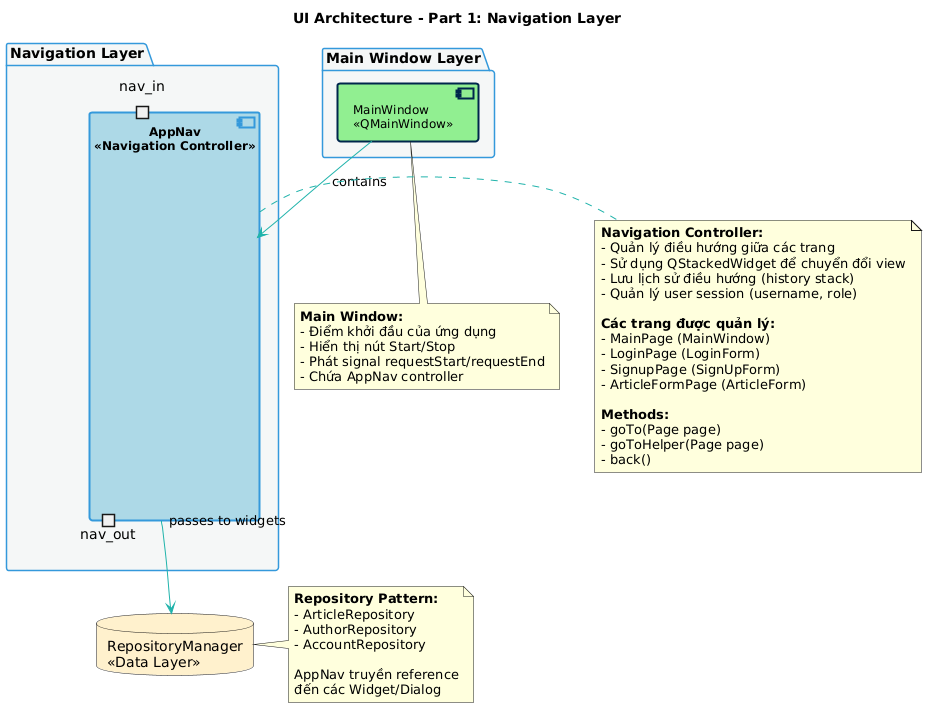
Earlier version of the PlantUML export docs/part1_ui.png (DamPhuQuy/Scientific-Article-Management).
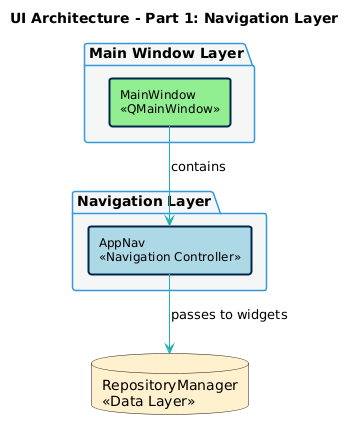
The same file after the commit.

The edit, as a diff of the source:
```diff
@@ -2,12 +2,14 @@
 !define COMPONENT_BG_COLOR #E8F4F8
 !define WIDGET_BG_COLOR #E0F2E9
 
+skinparam componentStyle rectangle
 skinparam component {
     BackgroundColor COMPONENT_BG_COLOR
     BorderColor #00264d
     BorderThickness 2
     ArrowColor #20B2AA
     FontSize 12
+    Padding 4
 }
 
 skinparam package {
@@ -19,10 +21,9 @@
 title UI Architecture - Part 1: Navigation Layer
 
 package "Navigation Layer" {
-    component AppNav as "AppNav\n<<Navigation Controller>>" #LightBlue {
-        portin nav_in
-        portout nav_out
-    }
+
+    component AppNav as "AppNav\n<<Navigation Controller>>" #LightBlue
+
 }
 
 package "Main Window Layer" {
@@ -33,41 +34,4 @@
 
 MainWindow --> AppNav : "contains"
 AppNav --> RepoManager : "passes to widgets"
-
-note right of AppNav
-  **Navigation Controller:**
-  - Quản lý điều hướng giữa các trang
-  - Sử dụng QStackedWidget để chuyển đổi view
-  - Lưu lịch sử điều hướng (history stack)
-  - Quản lý user session (username, role)
-
-  **Các trang được quản lý:**
-  - MainPage (MainWindow)
-  - LoginPage (LoginForm)
-  - SignupPage (SignUpForm)
-  - ArticleFormPage (ArticleForm)
-
-  **Methods:**
-  - goTo(Page page)
-  - goToHelper(Page page)
-  - back()
-end note
-
-note bottom of MainWindow
-  **Main Window:**
-  - Điểm khởi đầu của ứng dụng
-  - Hiển thị nút Start/Stop
-  - Phát signal requestStart/requestEnd
-  - Chứa AppNav controller
-end note
-
-note right of RepoManager
-  **Repository Pattern:**
-  - ArticleRepository
-  - AuthorRepository
-  - AccountRepository
-
-  AppNav truyền reference
-  đến các Widget/Dialog
-end note
 @enduml
```
